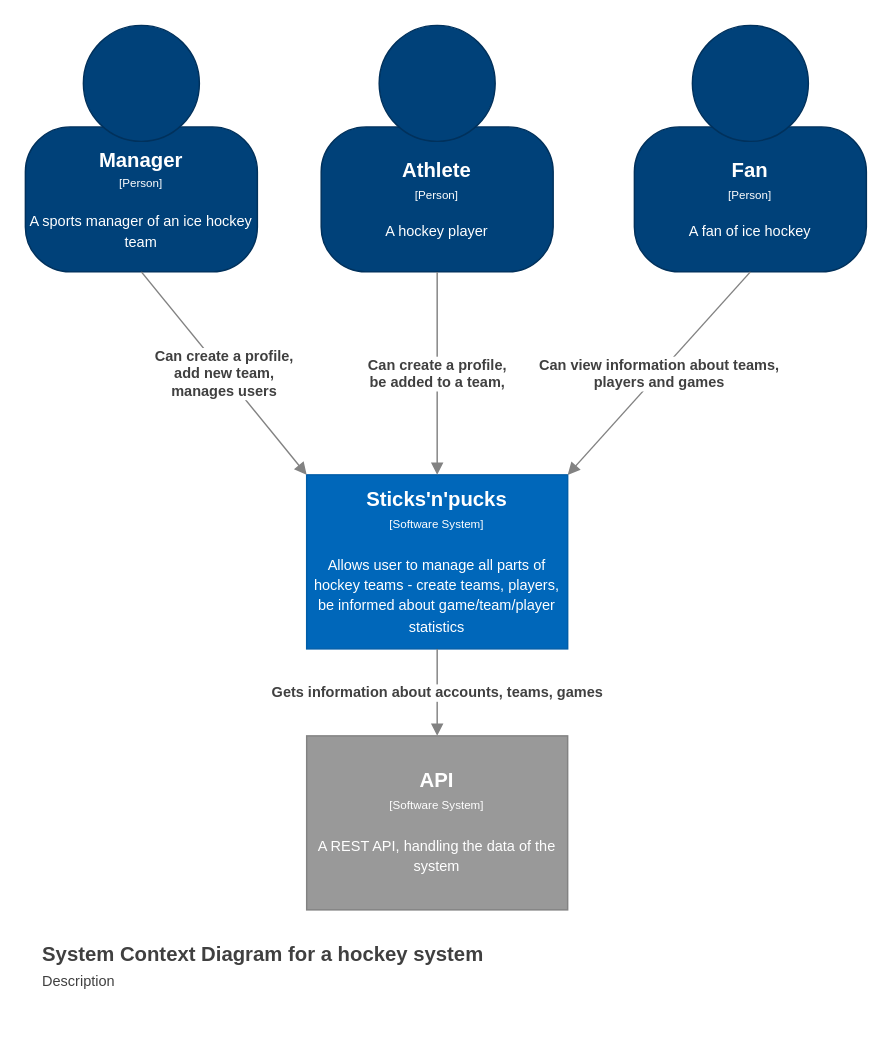
Above: page "Page-2" (2 of 4) of Untitled Diagram.drawio in karinakozarova/Sticks-n-pucks-C4 (draw.io), before the change. Source tidied: cells renumbered, new cells numbered last; positions are measured from the earlier drawing's top-left corner, leaving out a move shared by most shapes. Both pictures are drawn from the tidied source at 145%, with x=0, y=0 at pixel (25, 25).
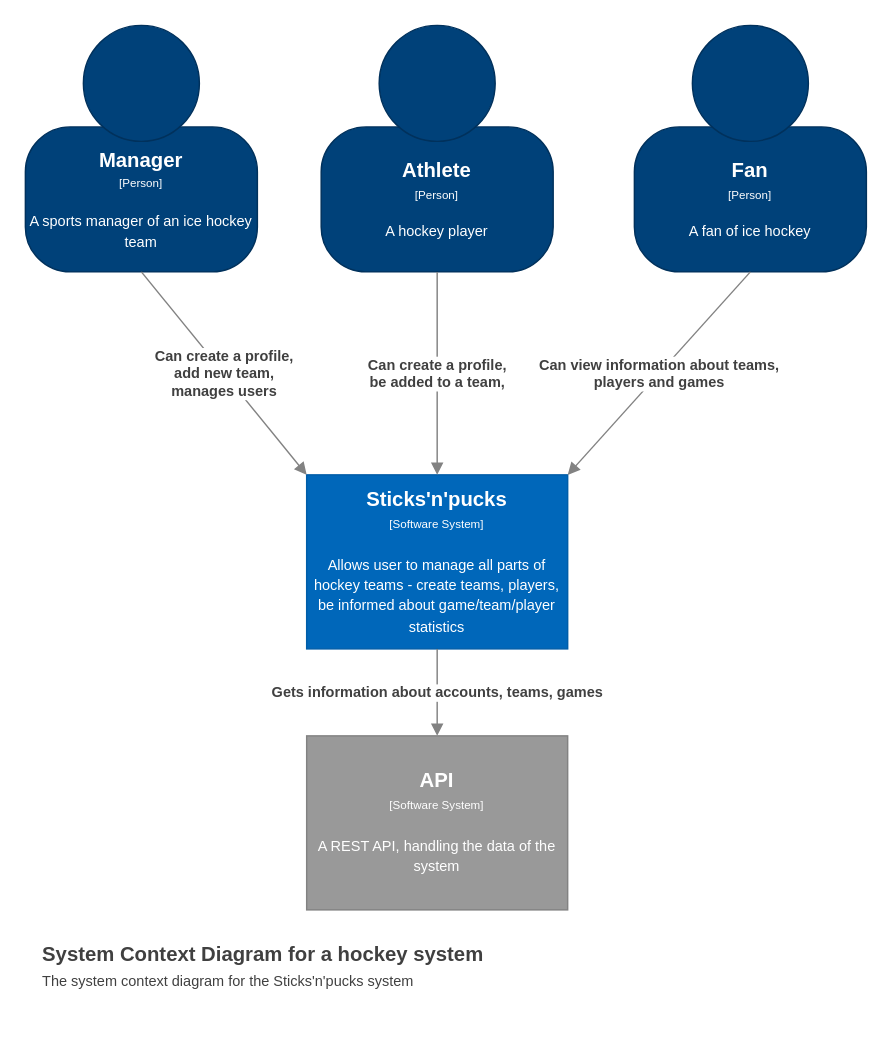
After the change.

The edit, as a diff of the source:
```diff
@@
 <mxGraphModel>
   <root>
     <mxCell id="0" />
     <mxCell id="1" parent="0" />
     <mxCell id="2" style="group;" parent="1" vertex="1">
       <mxGeometry x="420" width="160" height="170" as="geometry" />
     </mxCell>
     <mxCell id="3" value="&lt;div style=&quot;color: rgb(255 , 255 , 255) ; white-space: normal&quot;&gt;&lt;span style=&quot;font-size: 14px&quot;&gt;&lt;b&gt;Fan&lt;/b&gt;&lt;/span&gt;&lt;/div&gt;&lt;div style=&quot;color: rgb(255 , 255 , 255) ; white-space: normal&quot;&gt;&lt;span style=&quot;font-size: 8px&quot;&gt;[Person]&lt;/span&gt;&lt;br&gt;&lt;/div&gt;&lt;div style=&quot;color: rgb(255 , 255 , 255) ; white-space: normal ; font-size: 8px&quot;&gt;&lt;span style=&quot;font-size: x-small&quot;&gt;&lt;br&gt;&lt;/span&gt;&lt;/div&gt;&lt;div style=&quot;color: rgb(255 , 255 , 255) ; white-space: normal&quot;&gt;&lt;font size=&quot;1&quot;&gt;A fan of ice hockey&lt;/font&gt;&lt;/div&gt;" style="rounded=1;whiteSpace=wrap;html=1;strokeColor=#00315C;fillColor=#004179;fontColor=#000000;arcSize=31;" parent="2" vertex="1">
       <mxGeometry y="70" width="160" height="100" as="geometry" />
     </mxCell>
     <mxCell id="4" style="ellipse;whiteSpace=wrap;html=1;strokeColor=#00315C;fillColor=#004179;fontColor=#000000;" parent="2" vertex="1">
       <mxGeometry x="40" width="80" height="80" as="geometry" />
     </mxCell>
     <mxCell id="5" style="group;" parent="1" vertex="1">
       <mxGeometry width="160" height="170" as="geometry" />
     </mxCell>
     <mxCell id="6" value="&lt;div style=&quot;color: rgb(255 , 255 , 255) ; white-space: normal&quot;&gt;&lt;span style=&quot;font-size: 14px&quot;&gt;&lt;b&gt;Manager&lt;/b&gt;&lt;/span&gt;&lt;/div&gt;&lt;div style=&quot;color: rgb(255 , 255 , 255) ; white-space: normal&quot;&gt;&lt;span style=&quot;font-size: 8px&quot;&gt;[Person]&lt;/span&gt;&lt;br&gt;&lt;/div&gt;&lt;div style=&quot;color: rgb(255 , 255 , 255) ; white-space: normal ; font-size: 8px&quot;&gt;&lt;span style=&quot;font-size: x-small&quot;&gt;&lt;br&gt;&lt;/span&gt;&lt;/div&gt;&lt;div style=&quot;color: rgb(255 , 255 , 255) ; white-space: normal&quot;&gt;&lt;font size=&quot;1&quot;&gt;A sports manager of an ice hockey team&lt;/font&gt;&lt;/div&gt;" style="rounded=1;whiteSpace=wrap;html=1;strokeColor=#00315C;fillColor=#004179;fontColor=#000000;arcSize=31;" parent="5" vertex="1">
       <mxGeometry y="70" width="160" height="100" as="geometry" />
     </mxCell>
     <mxCell id="7" style="ellipse;whiteSpace=wrap;html=1;strokeColor=#00315C;fillColor=#004179;fontColor=#000000;" parent="5" vertex="1">
       <mxGeometry x="40" width="80" height="80" as="geometry" />
     </mxCell>
     <mxCell id="8" style="group;" parent="1" vertex="1">
       <mxGeometry x="204" width="160" height="170" as="geometry" />
     </mxCell>
     <mxCell id="9" value="&lt;div style=&quot;color: rgb(255 , 255 , 255) ; white-space: normal&quot;&gt;&lt;span style=&quot;font-size: 14px&quot;&gt;&lt;b&gt;Athlete&lt;/b&gt;&lt;/span&gt;&lt;/div&gt;&lt;div style=&quot;color: rgb(255 , 255 , 255) ; white-space: normal&quot;&gt;&lt;span style=&quot;font-size: 8px&quot;&gt;[Person]&lt;/span&gt;&lt;br&gt;&lt;/div&gt;&lt;div style=&quot;color: rgb(255 , 255 , 255) ; white-space: normal ; font-size: 8px&quot;&gt;&lt;span style=&quot;font-size: x-small&quot;&gt;&lt;br&gt;&lt;/span&gt;&lt;/div&gt;&lt;div style=&quot;color: rgb(255 , 255 , 255) ; white-space: normal&quot;&gt;&lt;font size=&quot;1&quot;&gt;A hockey player&lt;/font&gt;&lt;/div&gt;" style="rounded=1;whiteSpace=wrap;html=1;strokeColor=#00315C;fillColor=#004179;fontColor=#000000;arcSize=31;" parent="8" vertex="1">
       <mxGeometry y="70" width="160" height="100" as="geometry" />
     </mxCell>
     <mxCell id="10" style="ellipse;whiteSpace=wrap;html=1;strokeColor=#00315C;fillColor=#004179;fontColor=#000000;" parent="8" vertex="1">
       <mxGeometry x="40" width="80" height="80" as="geometry" />
     </mxCell>
     <mxCell id="11" value="&lt;div&gt;&lt;span style=&quot;font-size: 14px&quot;&gt;&lt;b&gt;Sticks'n'pucks&lt;/b&gt;&lt;/span&gt;&lt;/div&gt;&lt;div&gt;&lt;span style=&quot;font-size: 8px&quot;&gt;[Software System]&lt;/span&gt;&lt;br&gt;&lt;/div&gt;&lt;div&gt;&lt;span style=&quot;font-size: 8px&quot;&gt;&lt;br&gt;&lt;/span&gt;&lt;/div&gt;&lt;div&gt;&lt;font size=&quot;1&quot;&gt;Allows user to manage all parts of hockey teams - create teams, players, be informed about game/team/player statistics&lt;/font&gt;&lt;/div&gt;" style="rounded=0;whiteSpace=wrap;html=1;fillColor=#0067BA;fontColor=#FFFFFF;strokeColor=#005DA8;" parent="1" vertex="1">
       <mxGeometry x="194" y="310" width="180" height="120" as="geometry" />
     </mxCell>
     <mxCell id="12" value="&lt;div&gt;&lt;span style=&quot;font-size: 14px&quot;&gt;&lt;b&gt;API&lt;/b&gt;&lt;/span&gt;&lt;/div&gt;&lt;div&gt;&lt;span style=&quot;font-size: 8px&quot;&gt;[Software System&lt;/span&gt;&lt;span style=&quot;font-size: 8px&quot;&gt;]&lt;/span&gt;&lt;br&gt;&lt;/div&gt;&lt;div&gt;&lt;span style=&quot;font-size: 8px&quot;&gt;&lt;br&gt;&lt;/span&gt;&lt;/div&gt;&lt;div&gt;&lt;font size=&quot;1&quot;&gt;A REST API, handling the data of the system&lt;/font&gt;&lt;/div&gt;" style="rounded=0;whiteSpace=wrap;html=1;fillColor=#999999;fontColor=#FFFFFF;strokeColor=#828282;" parent="1" vertex="1">
       <mxGeometry x="194" y="490" width="180" height="120" as="geometry" />
     </mxCell>
-    <object id="13" label="System Context Diagram for a hockey system&lt;br&gt;&lt;span style=&quot;font-size: x-small ; font-weight: 400&quot;&gt;%description%&lt;/span&gt;" description="Description" placeholders="1">
-      <mxCell style="text;html=1;align=left;verticalAlign=top;spacingTop=-4;fontSize=14;fontColor=#404040;fontStyle=1;" parent="1" vertex="1">
-        <mxGeometry x="10" y="630" width="320" height="40" as="geometry" />
-      </mxCell>
-    </object>
+    <mxCell id="13" value="System Context Diagram for a hockey system&lt;br&gt;&lt;span style=&quot;font-size: x-small ; font-weight: 400&quot;&gt;The system context diagram for the Sticks'n'pucks system&amp;nbsp;&lt;br&gt;&lt;br&gt;&lt;/span&gt;" style="text;html=1;align=left;verticalAlign=top;spacingTop=-4;fontSize=14;fontColor=#404040;fontStyle=1;" parent="1" vertex="1">
+      <mxGeometry x="10" y="630" width="320" height="50" as="geometry" />
+    </mxCell>
     <mxCell id="14" value="&lt;span style=&quot;font-size: 10px&quot;&gt;&lt;b&gt;Can view information about teams, &lt;br&gt;players and games&lt;/b&gt;&lt;br&gt;&lt;/span&gt;" style="endArrow=block;html=1;fontSize=10;fontColor=#404040;strokeWidth=1;endFill=1;strokeColor=#828282;elbow=vertical;exitX=0.5;exitY=1;exitDx=0;exitDy=0;entryX=1;entryY=0;entryDx=0;entryDy=0;" parent="1" edge="1" source="3" target="11">
       <mxGeometry relative="1" as="geometry" />
     </mxCell>
     <mxCell id="15" value="&lt;b&gt;Gets information about accounts, teams, games&lt;/b&gt;&lt;span style=&quot;font-size: 10px&quot;&gt;&lt;br&gt;&lt;/span&gt;" style="endArrow=block;html=1;fontSize=10;fontColor=#404040;strokeWidth=1;endFill=1;strokeColor=#828282;elbow=vertical;entryX=0.5;entryY=0;entryDx=0;entryDy=0;exitX=0.5;exitY=1;exitDx=0;exitDy=0;" parent="1" edge="1" source="11" target="12">
       <mxGeometry relative="1" as="geometry" />
     </mxCell>
     <mxCell id="16" value="&lt;span style=&quot;font-size: 10px&quot;&gt;&lt;b&gt;Can create a profile,&lt;br&gt;add new team,&lt;br&gt;manages users&lt;/b&gt;&lt;br&gt;&lt;/span&gt;" style="endArrow=block;html=1;fontSize=10;fontColor=#404040;strokeWidth=1;endFill=1;strokeColor=#828282;elbow=vertical;exitX=0.5;exitY=1;exitDx=0;exitDy=0;entryX=0;entryY=0;entryDx=0;entryDy=0;" parent="1" edge="1" source="6" target="11">
       <mxGeometry relative="1" as="geometry" />
     </mxCell>
     <mxCell id="17" value="&lt;b&gt;Can create a profile,&lt;br&gt;be added to a team,&lt;/b&gt;&lt;span style=&quot;font-size: 10px&quot;&gt;&lt;br&gt;&lt;/span&gt;" style="endArrow=block;html=1;fontSize=10;fontColor=#404040;strokeWidth=1;endFill=1;strokeColor=#828282;elbow=vertical;exitX=0.5;exitY=1;exitDx=0;exitDy=0;entryX=0.5;entryY=0;entryDx=0;entryDy=0;" parent="1" edge="1" source="9" target="11">
       <mxGeometry relative="1" as="geometry" />
     </mxCell>
   </root>
 </mxGraphModel>
```
